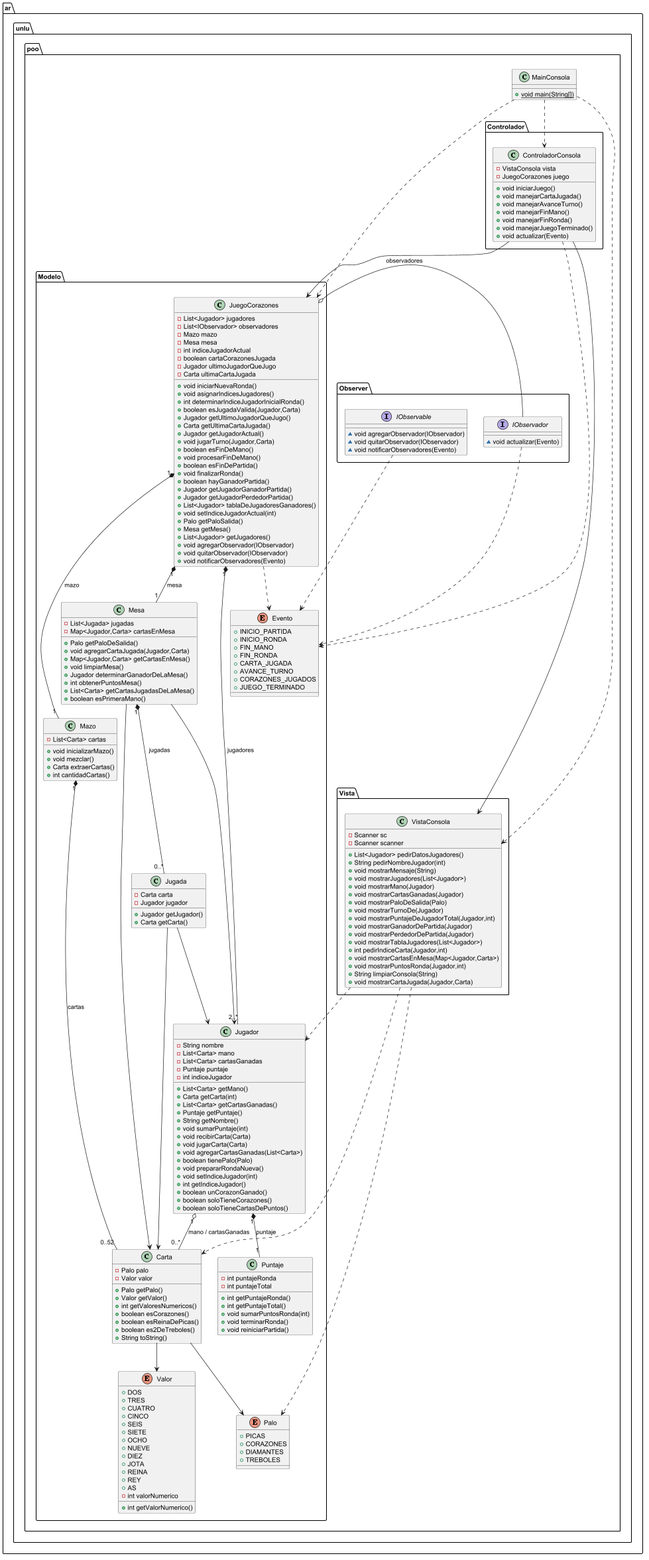
Before: DiagramaUML.png, a diagram exported from PlantUML (JuanPP3-18/JPP_Corazones). Source of this version:
```plantuml
@startuml
class ar.unlu.poo.Modelo.Mesa {
- List<Jugada> jugadas
- Map<Jugador,Carta> cartasEnMesa
+ Palo getPaloDeSalida()
+ void agregarCartaJugada(Jugador,Carta)
+ Map<Jugador,Carta> getCartasEnMesa()
+ void limpiarMesa()
+ Jugador determinarGanadorDeLaMesa()
+ int obtenerPuntosMesa()
+ List<Carta> getCartasJugadasDeLaMesa()
+ boolean esPrimeraMano()
}


enum ar.unlu.poo.Modelo.Evento {
+  INICIO_PARTIDA
+  INICIO_RONDA
+  FIN_MANO
+  FIN_RONDA
+  CARTA_JUGADA
+  AVANCE_TURNO
+  CORAZONES_JUGADOS
+  JUEGO_TERMINADO
}

interface ar.unlu.poo.Observer.IObservador {
~ void actualizar(Evento)
}

class ar.unlu.poo.Controlador.ControladorConsola {
- VistaConsola vista
- JuegoCorazones juego
+ void iniciarJuego()
+ void manejarCartaJugada()
+ void manejarAvanceTurno()
+ void manejarFinMano()
+ void manejarFinRonda()
+ void manejarJuegoTerminado()
+ void actualizar(Evento)
}


class ar.unlu.poo.Modelo.Carta {
- Palo palo
- Valor valor
+ Palo getPalo()
+ Valor getValor()
+ int getValoresNumericos()
+ boolean esCorazones()
+ boolean esReinaDePicas()
+ boolean es2DeTreboles()
+ String toString()
}


class ar.unlu.poo.Modelo.Mazo {
- List<Carta> cartas
+ void inicializarMazo()
+ void mezclar()
+ Carta extraerCartas()
+ int cantidadCartas()
}


class ar.unlu.poo.Vista.VistaConsola {
- Scanner sc
- Scanner scanner
+ List<Jugador> pedirDatosJugadores()
+ String pedirNombreJugador(int)
+ void mostrarMensaje(String)
+ void mostrarJugadores(List<Jugador>)
+ void mostrarMano(Jugador)
+ void mostrarCartasGanadas(Jugador)
+ void mostrarPaloDeSalida(Palo)
+ void mostrarTurnoDe(Jugador)
+ void mostrarPuntajeDeJugadorTotal(Jugador,int)
+ void mostrarGanadorDePartida(Jugador)
+ void mostrarPerdedorDePartida(Jugador)
+ void mostrarTablaJugadores(List<Jugador>)
+ int pedirIndiceCarta(Jugador,int)
+ void mostrarCartasEnMesa(Map<Jugador,Carta>)
+ void mostrarPuntosRonda(Jugador,int)
+ String limpiarConsola(String)
+ void mostrarCartaJugada(Jugador,Carta)
}


class ar.unlu.poo.MainConsola {
+ {static} void main(String[])
}

class ar.unlu.poo.Modelo.Puntaje {
- int puntajeRonda
- int puntajeTotal
+ int getPuntajeRonda()
+ int getPuntajeTotal()
+ void sumarPuntosRonda(int)
+ void terminarRonda()
+ void reiniciarPartida()
}


class ar.unlu.poo.Modelo.Jugador {
- String nombre
- List<Carta> mano
- List<Carta> cartasGanadas
- Puntaje puntaje
- int indiceJugador
+ List<Carta> getMano()
+ Carta getCarta(int)
+ List<Carta> getCartasGanadas()
+ Puntaje getPuntaje()
+ String getNombre()
+ void sumarPuntaje(int)
+ void recibirCarta(Carta)
+ void jugarCarta(Carta)
+ void agregarCartasGanadas(List<Carta>)
+ boolean tienePalo(Palo)
+ void prepararRondaNueva()
+ void setIndiceJugador(int)
+ int getIndiceJugador()
+ boolean unCorazonGanado()
+ boolean soloTieneCorazones()
+ boolean soloTieneCartasDePuntos()
}


interface ar.unlu.poo.Observer.IObservable {
~ void agregarObservador(IObservador)
~ void quitarObservador(IObservador)
~ void notificarObservadores(Evento)
}

class ar.unlu.poo.Modelo.JuegoCorazones {
- List<Jugador> jugadores
- List<IObservador> observadores
- Mazo mazo
- Mesa mesa
- int indiceJugadorActual
- boolean cartaCorazonesJugada
- Jugador ultimoJugadorQueJugo
- Carta ultimaCartaJugada
+ void iniciarNuevaRonda()
+ void asignarIndicesJugadores()
+ int determinarIndiceJugadorInicialRonda()
+ boolean esJugadaValida(Jugador,Carta)
+ Jugador getUltimoJugadorQueJugo()
+ Carta getUltimaCartaJugada()
+ Jugador getJugadorActual()
+ void jugarTurno(Jugador,Carta)
+ boolean esFinDeMano()
+ void procesarFinDeMano()
+ boolean esFinDePartida()
+ void finalizarRonda()
+ boolean hayGanadorPartida()
+ Jugador getJugadorGanadorPartida()
+ Jugador getJugadorPerdedorPartida()
+ List<Jugador> tablaDeJugadoresGanadores()
+ void setIndiceJugadorActual(int)
+ Palo getPaloSalida()
+ Mesa getMesa()
+ List<Jugador> getJugadores()
+ void agregarObservador(IObservador)
+ void quitarObservador(IObservador)
+ void notificarObservadores(Evento)
}


class ar.unlu.poo.Modelo.Jugada {
- Carta carta
- Jugador jugador
+ Jugador getJugador()
+ Carta getCarta()
}


enum ar.unlu.poo.Modelo.Palo {
+  PICAS
+  CORAZONES
+  DIAMANTES
+  TREBOLES
}

enum ar.unlu.poo.Modelo.Valor {
+  DOS
+  TRES
+  CUATRO
+  CINCO
+  SEIS
+  SIETE
+  OCHO
+  NUEVE
+  DIEZ
+  JOTA
+  REINA
+  REY
+  AS
- int valorNumerico
+ int getValorNumerico()
}


ar.unlu.poo.Modelo.JuegoCorazones "1" *-- "2..*" ar.unlu.poo.Modelo.Jugador : jugadores
ar.unlu.poo.Modelo.JuegoCorazones "1" *-- "1" ar.unlu.poo.Modelo.Mazo : mazo
ar.unlu.poo.Modelo.JuegoCorazones "1" *-- "1" ar.unlu.poo.Modelo.Mesa : mesa
ar.unlu.poo.Modelo.JuegoCorazones o-- ar.unlu.poo.Observer.IObservador : observadores

ar.unlu.poo.Modelo.Mazo "1" *-- "0..52" ar.unlu.poo.Modelo.Carta : cartas
ar.unlu.poo.Modelo.Mesa "1" *-- "0..*" ar.unlu.poo.Modelo.Jugada : jugadas
ar.unlu.poo.Modelo.Mesa --> ar.unlu.poo.Modelo.Jugador
ar.unlu.poo.Modelo.Mesa --> ar.unlu.poo.Modelo.Carta

ar.unlu.poo.Modelo.Jugador "1" *-- "1" ar.unlu.poo.Modelo.Puntaje : puntaje
ar.unlu.poo.Modelo.Jugador "1" o-- "0..*" ar.unlu.poo.Modelo.Carta : mano / cartasGanadas

ar.unlu.poo.Modelo.Jugada --> ar.unlu.poo.Modelo.Carta
ar.unlu.poo.Modelo.Jugada --> ar.unlu.poo.Modelo.Jugador

ar.unlu.poo.Modelo.Carta --> ar.unlu.poo.Modelo.Palo
ar.unlu.poo.Modelo.Carta --> ar.unlu.poo.Modelo.Valor

ar.unlu.poo.Controlador.ControladorConsola --> ar.unlu.poo.Modelo.JuegoCorazones
ar.unlu.poo.Controlador.ControladorConsola --> ar.unlu.poo.Vista.VistaConsola

ar.unlu.poo.Modelo.JuegoCorazones ..> ar.unlu.poo.Modelo.Evento
ar.unlu.poo.Observer.IObservador ..> ar.unlu.poo.Modelo.Evento
ar.unlu.poo.Observer.IObservable ..> ar.unlu.poo.Modelo.Evento
ar.unlu.poo.Vista.VistaConsola ..> ar.unlu.poo.Modelo.Jugador
ar.unlu.poo.Vista.VistaConsola ..> ar.unlu.poo.Modelo.Carta
ar.unlu.poo.Vista.VistaConsola ..> ar.unlu.poo.Modelo.Palo
ar.unlu.poo.Controlador.ControladorConsola ..> ar.unlu.poo.Modelo.Evento
ar.unlu.poo.MainConsola ..> ar.unlu.poo.Controlador.ControladorConsola
ar.unlu.poo.MainConsola ..> ar.unlu.poo.Vista.VistaConsola
ar.unlu.poo.MainConsola ..> ar.unlu.poo.Modelo.JuegoCorazones

@enduml
```
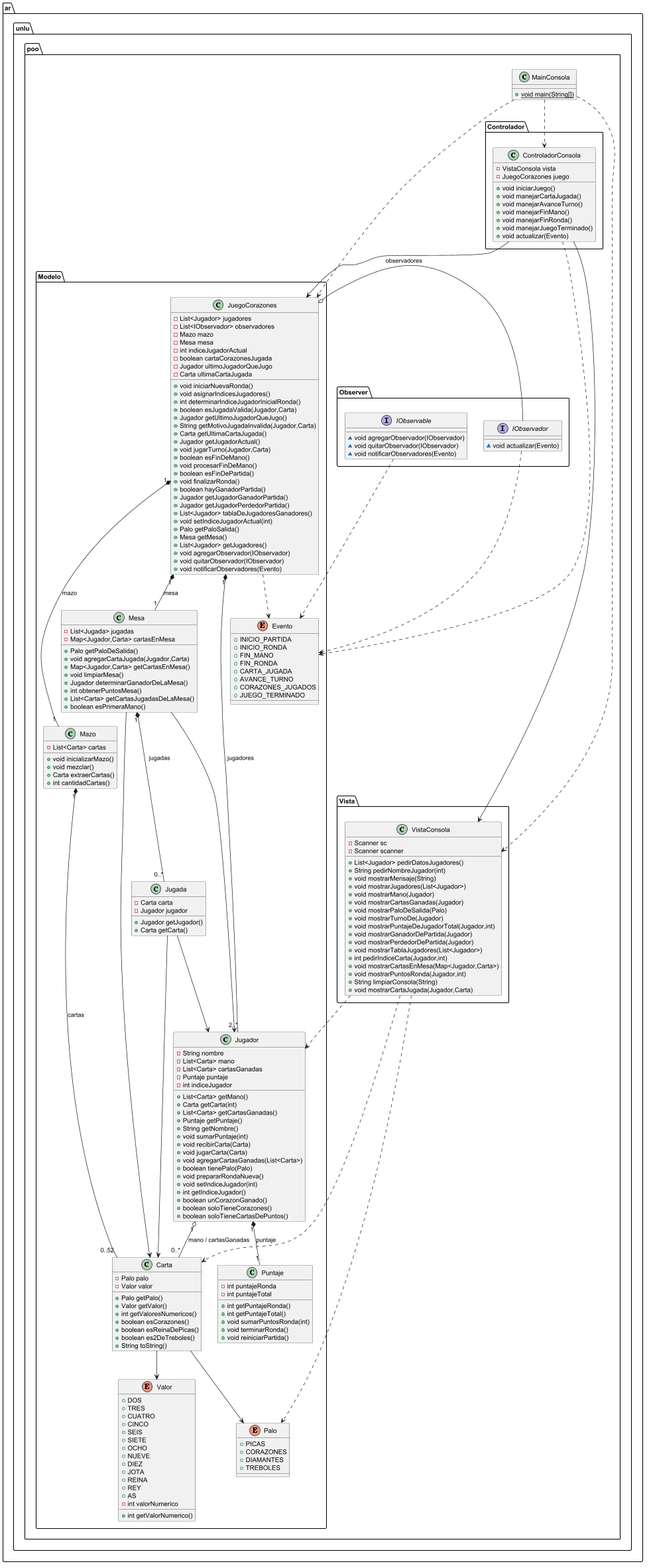
The same diagram one commit later.

What changed in the source:
```diff
@@ -146,6 +146,7 @@
 + int determinarIndiceJugadorInicialRonda()
 + boolean esJugadaValida(Jugador,Carta)
 + Jugador getUltimoJugadorQueJugo()
++ String getMotivoJugadaInvalida(Jugador,Carta)
 + Carta getUltimaCartaJugada()
 + Jugador getJugadorActual()
 + void jugarTurno(Jugador,Carta)
```
